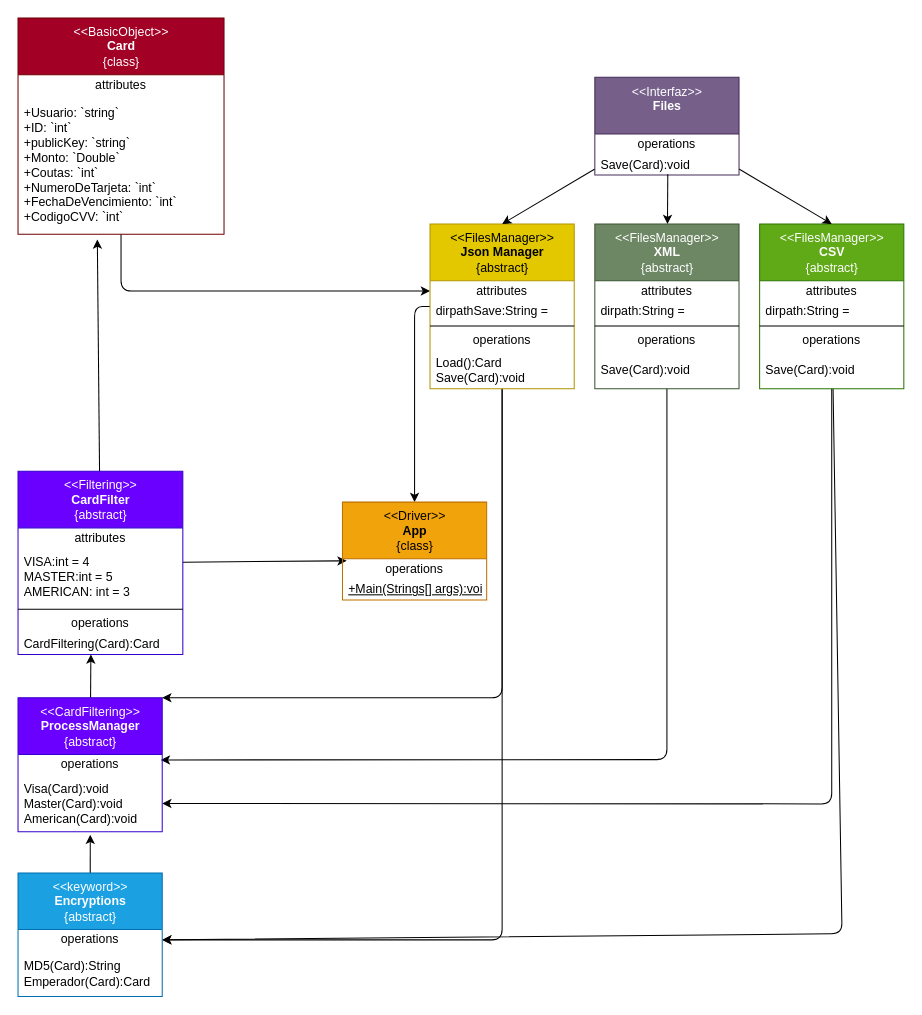
JavierBenitez112/PreLab4 keeps this draw.io diagram as Tasks/UML.drawio. Above is the earlier version. Source tidied: cells renumbered, new cells numbered last; positions are measured from the earlier drawing's top-left corner, leaving out a move shared by most shapes. Both pictures are drawn from the tidied source at 103%, with x=0, y=0 at pixel (18, 18).
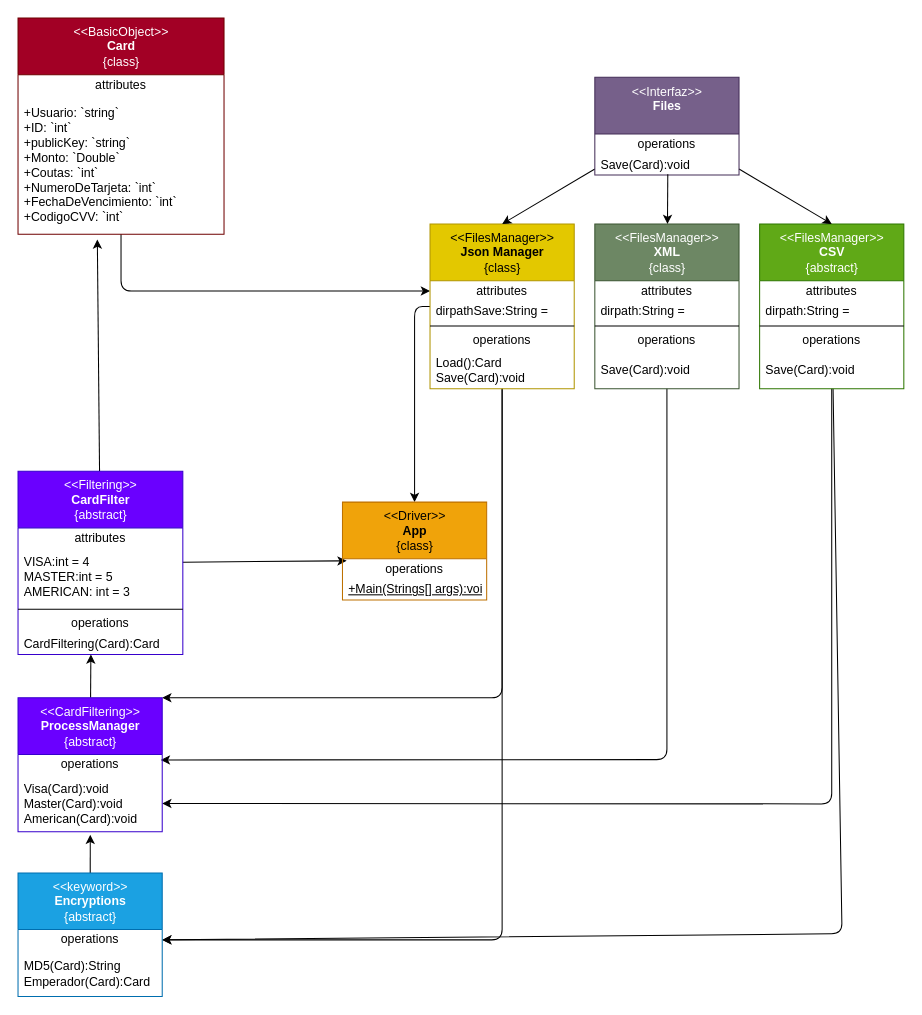
The same page after the edit.

What changed in the source:
```diff
@@
-    <mxCell id="9" value="&amp;lt;&amp;lt;FilesManager&amp;gt;&amp;gt;&lt;br&gt;&lt;b&gt;Json Manager&lt;br&gt;&lt;/b&gt;{abstract}" style="swimlane;fontStyle=0;align=center;verticalAlign=top;horizontal=1;startSize=55;html=1;fillColor=#e3c800;fontColor=#000000;strokeColor=#B09500;" parent="1" vertex="1">
+    <mxCell id="9" value="&amp;lt;&amp;lt;FilesManager&amp;gt;&amp;gt;&lt;br&gt;&lt;b&gt;Json Manager&lt;br&gt;&lt;/b&gt;{class}" style="swimlane;fontStyle=0;align=center;verticalAlign=top;horizontal=1;startSize=55;html=1;fillColor=#e3c800;fontColor=#000000;strokeColor=#B09500;" parent="1" vertex="1">
       <mxGeometry x="400" y="200" width="140" height="160" as="geometry" />
     </mxCell>
@@
-    <mxCell id="16" value="&amp;lt;&amp;lt;FilesManager&amp;gt;&amp;gt;&lt;br&gt;&lt;b&gt;XML&lt;br&gt;&lt;/b&gt;{abstract}" style="swimlane;fontStyle=0;align=center;verticalAlign=top;horizontal=1;startSize=55;html=1;fillColor=#6d8764;fontColor=#ffffff;strokeColor=#3A5431;" parent="1" vertex="1">
+    <mxCell id="16" value="&amp;lt;&amp;lt;FilesManager&amp;gt;&amp;gt;&lt;br&gt;&lt;b&gt;XML&lt;br&gt;&lt;/b&gt;{class}" style="swimlane;fontStyle=0;align=center;verticalAlign=top;horizontal=1;startSize=55;html=1;fillColor=#6d8764;fontColor=#ffffff;strokeColor=#3A5431;" parent="1" vertex="1">
       <mxGeometry x="560" y="200" width="140" height="160" as="geometry" />
     </mxCell>
```
